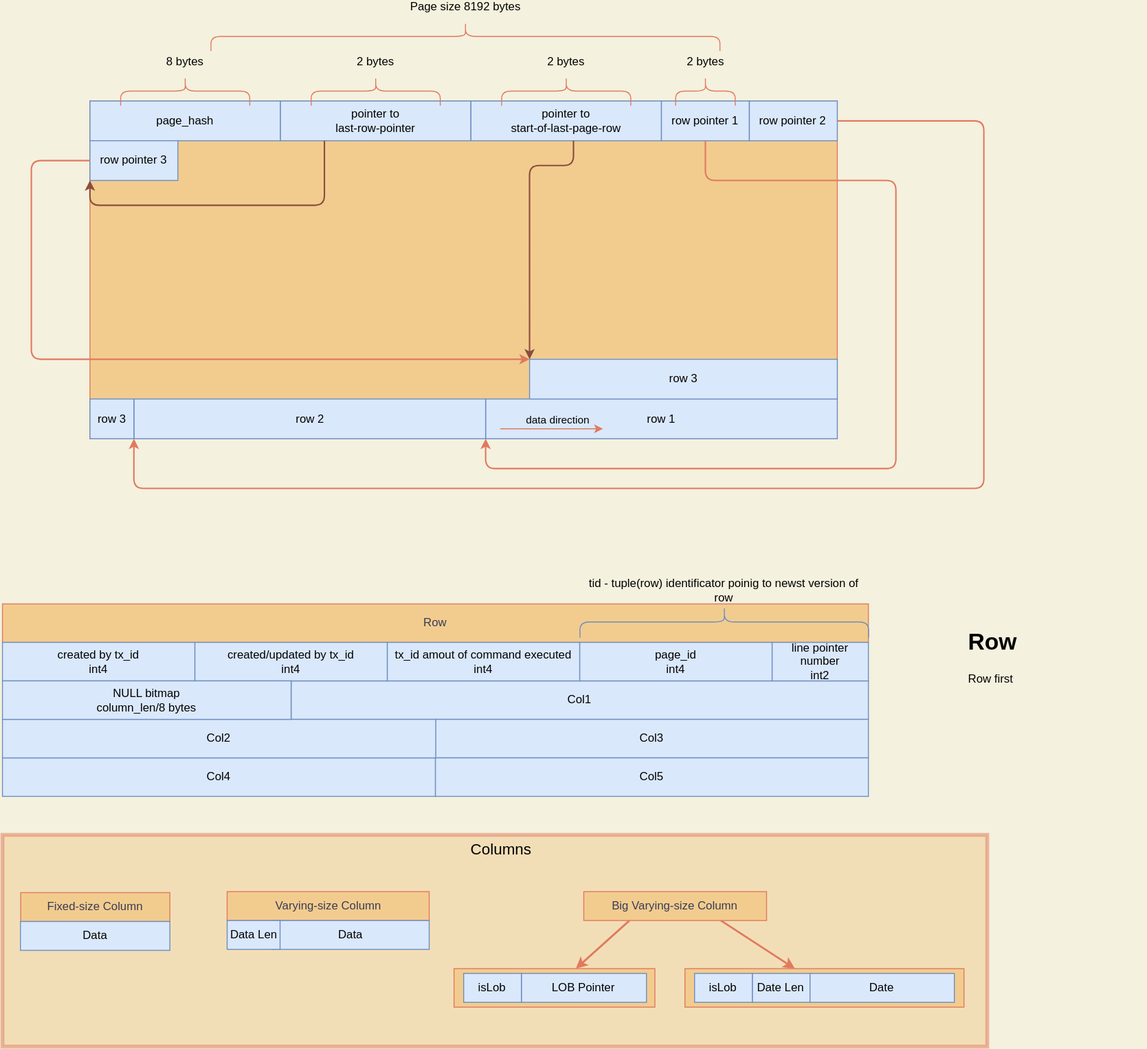
Earlier version of the draw.io export documentacion/page.doc.svg (Harry29-exe/HomegrownDB). Source tidied: cells renumbered, new cells last; positions are measured from the earlier drawing's top-left corner, leaving out a move shared by most shapes.
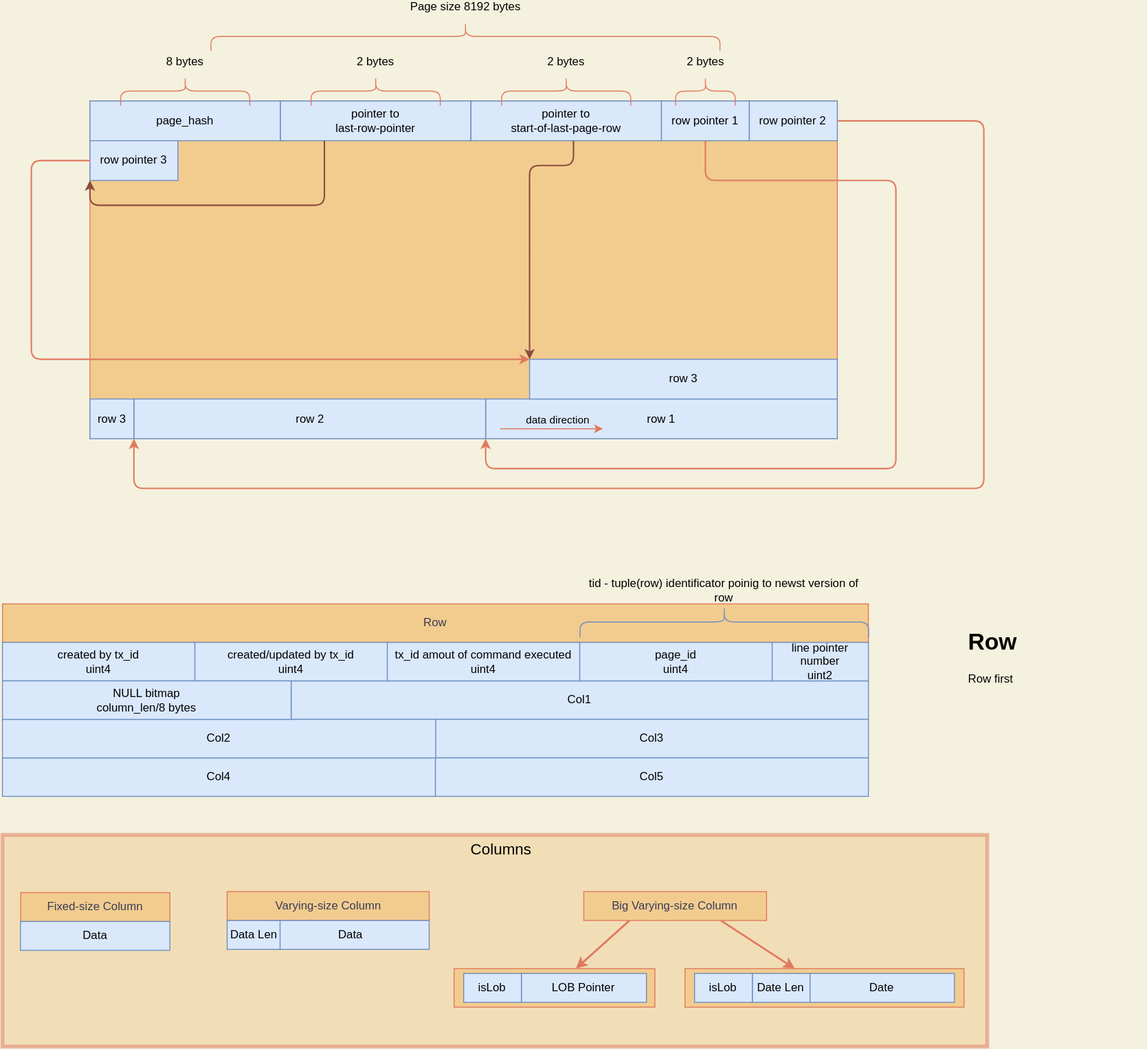
Above is the later version.

Diff of the diagram source:
```diff
@@ -189,19 +189,19 @@
     <mxCell id="52" value="&lt;font color=&quot;#000000&quot;&gt;Col5&lt;/font&gt;" style="rounded=0;whiteSpace=wrap;html=1;strokeColor=#6c8ebf;fillColor=#dae8fc;sketch=0;" parent="1" vertex="1">
       <mxGeometry x="450" y="1014" width="450" height="40" as="geometry" />
     </mxCell>
-    <mxCell id="53" value="&lt;font color=&quot;#000000&quot;&gt;created by tx_id&lt;br&gt;int4&lt;br&gt;&lt;/font&gt;" style="rounded=0;whiteSpace=wrap;html=1;strokeColor=#6c8ebf;fillColor=#dae8fc;sketch=0;" parent="1" vertex="1">
+    <mxCell id="53" value="&lt;font color=&quot;#000000&quot;&gt;created by tx_id&lt;br&gt;uint4&lt;br&gt;&lt;/font&gt;" style="rounded=0;whiteSpace=wrap;html=1;strokeColor=#6c8ebf;fillColor=#dae8fc;sketch=0;" parent="1" vertex="1">
       <mxGeometry y="894" width="200" height="40" as="geometry" />
     </mxCell>
-    <mxCell id="54" value="&lt;font color=&quot;#000000&quot;&gt;created/updated by tx_id&lt;br&gt;int4&lt;br&gt;&lt;/font&gt;" style="rounded=0;whiteSpace=wrap;html=1;strokeColor=#6c8ebf;fillColor=#dae8fc;sketch=0;" parent="1" vertex="1">
+    <mxCell id="54" value="&lt;font color=&quot;#000000&quot;&gt;created/updated by tx_id&lt;br&gt;uint4&lt;br&gt;&lt;/font&gt;" style="rounded=0;whiteSpace=wrap;html=1;strokeColor=#6c8ebf;fillColor=#dae8fc;sketch=0;" parent="1" vertex="1">
       <mxGeometry x="200" y="894" width="200" height="40" as="geometry" />
     </mxCell>
-    <mxCell id="55" value="&lt;font color=&quot;#000000&quot;&gt;tx_id amout of command executed&lt;br&gt;int4&lt;br&gt;&lt;/font&gt;" style="rounded=0;whiteSpace=wrap;html=1;strokeColor=#6c8ebf;fillColor=#dae8fc;sketch=0;" parent="1" vertex="1">
+    <mxCell id="55" value="&lt;font color=&quot;#000000&quot;&gt;tx_id amout of command executed&lt;br&gt;uint4&lt;br&gt;&lt;/font&gt;" style="rounded=0;whiteSpace=wrap;html=1;strokeColor=#6c8ebf;fillColor=#dae8fc;sketch=0;" parent="1" vertex="1">
       <mxGeometry x="400" y="894" width="200" height="40" as="geometry" />
     </mxCell>
-    <mxCell id="56" value="&lt;font color=&quot;#000000&quot;&gt;page_id&lt;br&gt;int4&lt;br&gt;&lt;/font&gt;" style="rounded=0;whiteSpace=wrap;html=1;strokeColor=#6c8ebf;fillColor=#dae8fc;sketch=0;" parent="1" vertex="1">
+    <mxCell id="56" value="&lt;font color=&quot;#000000&quot;&gt;page_id&lt;br&gt;uint4&lt;br&gt;&lt;/font&gt;" style="rounded=0;whiteSpace=wrap;html=1;strokeColor=#6c8ebf;fillColor=#dae8fc;sketch=0;" parent="1" vertex="1">
       <mxGeometry x="600" y="894" width="200" height="40" as="geometry" />
     </mxCell>
-    <mxCell id="57" value="&lt;font color=&quot;#000000&quot;&gt;line pointer number&lt;br&gt;int2&lt;br&gt;&lt;/font&gt;" style="rounded=0;whiteSpace=wrap;html=1;strokeColor=#6c8ebf;fillColor=#dae8fc;sketch=0;" parent="1" vertex="1">
+    <mxCell id="57" value="&lt;font color=&quot;#000000&quot;&gt;line pointer number&lt;br&gt;uint2&lt;br&gt;&lt;/font&gt;" style="rounded=0;whiteSpace=wrap;html=1;strokeColor=#6c8ebf;fillColor=#dae8fc;sketch=0;" parent="1" vertex="1">
       <mxGeometry x="800" y="894" width="100" height="40" as="geometry" />
     </mxCell>
     <mxCell id="58" value="&lt;font color=&quot;#000000&quot;&gt;Col2&lt;/font&gt;" style="rounded=0;whiteSpace=wrap;html=1;strokeColor=#6c8ebf;fillColor=#dae8fc;sketch=0;" parent="1" vertex="1">
```
